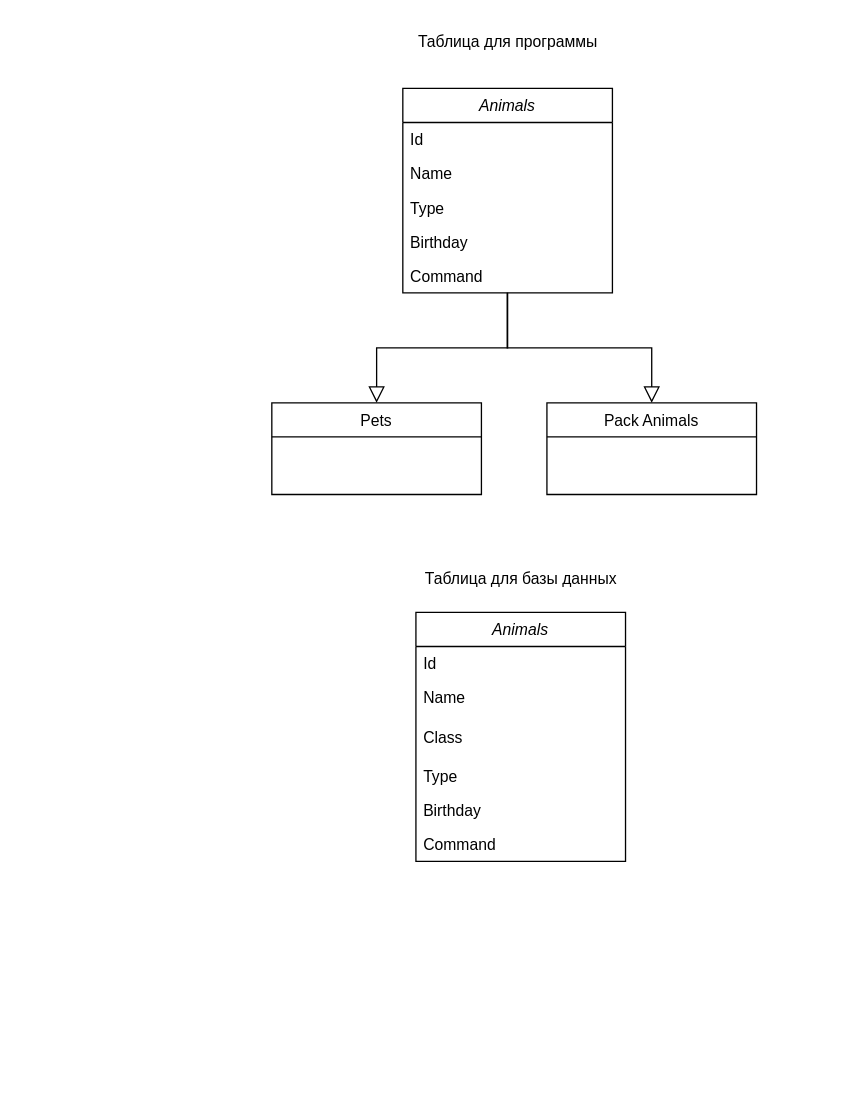
Above: src/Диаграмма классов.drawio in SergeyEdalov/Result_control_work (draw.io), before the change. Source tidied: cells renumbered, new cells numbered last; positions are measured from the earlier drawing's top-left corner, leaving out a move shared by most shapes. Both pictures are drawn from the tidied source at 131%, with x=0, y=0 at pixel (271, 22).
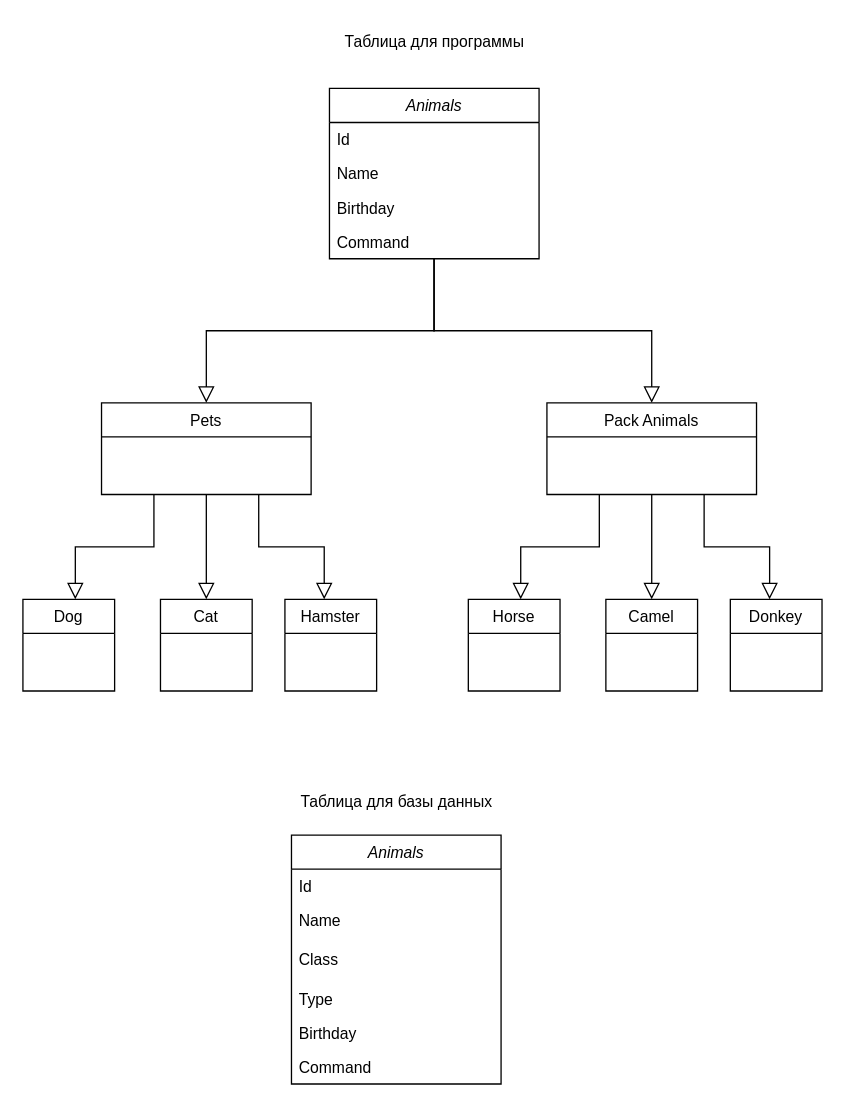
The same page after the edit.

Diff of the diagram source:
```diff
@@
     <mxCell id="2" value="Animals" style="swimlane;fontStyle=2;align=center;verticalAlign=top;horizontal=1;startSize=26;rounded=0;shadow=0;strokeWidth=1;" parent="1" vertex="1">
-      <mxGeometry x="100" y="50" width="160" height="156" as="geometry" />
+      <mxGeometry x="44" y="50" width="160" height="130" as="geometry" />
     </mxCell>
@@
-    <mxCell id="5" value="Type" style="text;align=left;verticalAlign=top;spacingLeft=4;spacingRight=4;overflow=hidden;rounded=0;shadow=0;html=0;" parent="2" vertex="1">
-      <mxGeometry y="78" width="160" height="26" as="geometry" />
-    </mxCell>
     <mxCell id="6" value="Birthday" style="text;align=left;verticalAlign=top;spacingLeft=4;spacingRight=4;overflow=hidden;rounded=0;shadow=0;html=0;" parent="2" vertex="1">
-      <mxGeometry y="104" width="160" height="26" as="geometry" />
+      <mxGeometry y="78" width="160" height="26" as="geometry" />
     </mxCell>
     <mxCell id="7" value="Command" style="text;align=left;verticalAlign=top;spacingLeft=4;spacingRight=4;overflow=hidden;points=[[0,0.5],[1,0.5]];portConstraint=eastwest;rounded=0;shadow=0;html=0;" parent="2" vertex="1">
-      <mxGeometry y="130" width="160" height="26" as="geometry" />
+      <mxGeometry y="104" width="160" height="26" as="geometry" />
     </mxCell>
     <mxCell id="8" value="Pets" style="swimlane;fontStyle=0;align=center;verticalAlign=top;horizontal=1;startSize=26;rounded=0;shadow=0;strokeWidth=1;" parent="1" vertex="1">
-      <mxGeometry y="290" width="160" height="70" as="geometry" />
+      <mxGeometry x="-130" y="290" width="160" height="70" as="geometry" />
     </mxCell>
@@
     <mxCell id="11" value="Таблица для программы" style="text;html=1;align=center;verticalAlign=middle;strokeColor=none;fillColor=none;" parent="1" vertex="1">
-      <mxGeometry x="100" width="160" height="30" as="geometry" />
+      <mxGeometry x="44" width="160" height="30" as="geometry" />
     </mxCell>
     <mxCell id="12" value="Таблица для базы данных" style="text;html=1;align=center;verticalAlign=middle;strokeColor=none;fillColor=none;" parent="1" vertex="1">
-      <mxGeometry x="105" y="410" width="170" height="30" as="geometry" />
+      <mxGeometry x="10" y="580" width="170" height="30" as="geometry" />
     </mxCell>
     <mxCell id="13" value="Animals" style="swimlane;fontStyle=2;align=center;verticalAlign=top;horizontal=1;startSize=26;rounded=0;shadow=0;strokeWidth=1;" parent="1" vertex="1">
-      <mxGeometry x="110" y="450" width="160" height="190" as="geometry" />
+      <mxGeometry x="15" y="620" width="160" height="190" as="geometry" />
     </mxCell>
@@
+    <mxCell id="21" style="endArrow=block;endSize=10;endFill=0;shadow=0;strokeWidth=1;rounded=0;edgeStyle=elbowEdgeStyle;elbow=vertical;exitX=0.25;exitY=1;exitDx=0;exitDy=0;" parent="1" edge="1" source="8">
+      <mxGeometry relative="1" as="geometry">
+        <mxPoint x="-150" y="440" as="targetPoint" />
+      </mxGeometry>
+    </mxCell>
+    <mxCell id="22" style="endArrow=block;endSize=10;endFill=0;shadow=0;strokeWidth=1;rounded=0;edgeStyle=elbowEdgeStyle;elbow=vertical;exitX=0.5;exitY=1;exitDx=0;exitDy=0;" parent="1" edge="1" source="8">
+      <mxGeometry relative="1" as="geometry">
+        <mxPoint x="-50" y="440" as="targetPoint" />
+      </mxGeometry>
+    </mxCell>
+    <mxCell id="23" style="endArrow=block;endSize=10;endFill=0;shadow=0;strokeWidth=1;rounded=0;edgeStyle=elbowEdgeStyle;elbow=vertical;exitX=0.75;exitY=1;exitDx=0;exitDy=0;" parent="1" edge="1" source="8">
+      <mxGeometry relative="1" as="geometry">
+        <mxPoint x="40" y="440" as="targetPoint" />
+      </mxGeometry>
+    </mxCell>
+    <mxCell id="24" value="Dog" style="swimlane;fontStyle=0;align=center;verticalAlign=top;horizontal=1;startSize=26;rounded=0;shadow=0;strokeWidth=1;" parent="1" vertex="1">
+      <mxGeometry x="-190" y="440" width="70" height="70" as="geometry" />
+    </mxCell>
+    <mxCell id="25" value="Cat" style="swimlane;fontStyle=0;align=center;verticalAlign=top;horizontal=1;startSize=26;rounded=0;shadow=0;strokeWidth=1;" parent="1" vertex="1">
+      <mxGeometry x="-85" y="440" width="70" height="70" as="geometry" />
+    </mxCell>
+    <mxCell id="26" value="Hamster" style="swimlane;fontStyle=0;align=center;verticalAlign=top;horizontal=1;startSize=26;rounded=0;shadow=0;strokeWidth=1;" parent="1" vertex="1">
+      <mxGeometry x="10" y="440" width="70" height="70" as="geometry" />
+    </mxCell>
+    <mxCell id="27" style="endArrow=block;endSize=10;endFill=0;shadow=0;strokeWidth=1;rounded=0;edgeStyle=elbowEdgeStyle;elbow=vertical;exitX=0.25;exitY=1;exitDx=0;exitDy=0;" parent="1" edge="1">
+      <mxGeometry relative="1" as="geometry">
+        <mxPoint x="250" y="360" as="sourcePoint" />
+        <mxPoint x="190" y="440" as="targetPoint" />
+      </mxGeometry>
+    </mxCell>
+    <mxCell id="28" style="endArrow=block;endSize=10;endFill=0;shadow=0;strokeWidth=1;rounded=0;edgeStyle=elbowEdgeStyle;elbow=vertical;exitX=0.5;exitY=1;exitDx=0;exitDy=0;" parent="1" edge="1">
+      <mxGeometry relative="1" as="geometry">
+        <mxPoint x="290" y="360" as="sourcePoint" />
+        <mxPoint x="290" y="440" as="targetPoint" />
+      </mxGeometry>
+    </mxCell>
+    <mxCell id="29" style="endArrow=block;endSize=10;endFill=0;shadow=0;strokeWidth=1;rounded=0;edgeStyle=elbowEdgeStyle;elbow=vertical;exitX=0.75;exitY=1;exitDx=0;exitDy=0;" parent="1" edge="1">
+      <mxGeometry relative="1" as="geometry">
+        <mxPoint x="330" y="360" as="sourcePoint" />
+        <mxPoint x="380" y="440" as="targetPoint" />
+      </mxGeometry>
+    </mxCell>
+    <mxCell id="30" value="Horse" style="swimlane;fontStyle=0;align=center;verticalAlign=top;horizontal=1;startSize=26;rounded=0;shadow=0;strokeWidth=1;" parent="1" vertex="1">
+      <mxGeometry x="150" y="440" width="70" height="70" as="geometry" />
+    </mxCell>
+    <mxCell id="31" value="Camel" style="swimlane;fontStyle=0;align=center;verticalAlign=top;horizontal=1;startSize=26;rounded=0;shadow=0;strokeWidth=1;" parent="1" vertex="1">
+      <mxGeometry x="255" y="440" width="70" height="70" as="geometry" />
+    </mxCell>
+    <mxCell id="32" value="Donkey" style="swimlane;fontStyle=0;align=center;verticalAlign=top;horizontal=1;startSize=26;rounded=0;shadow=0;strokeWidth=1;" parent="1" vertex="1">
+      <mxGeometry x="350" y="440" width="70" height="70" as="geometry" />
+    </mxCell>
```
